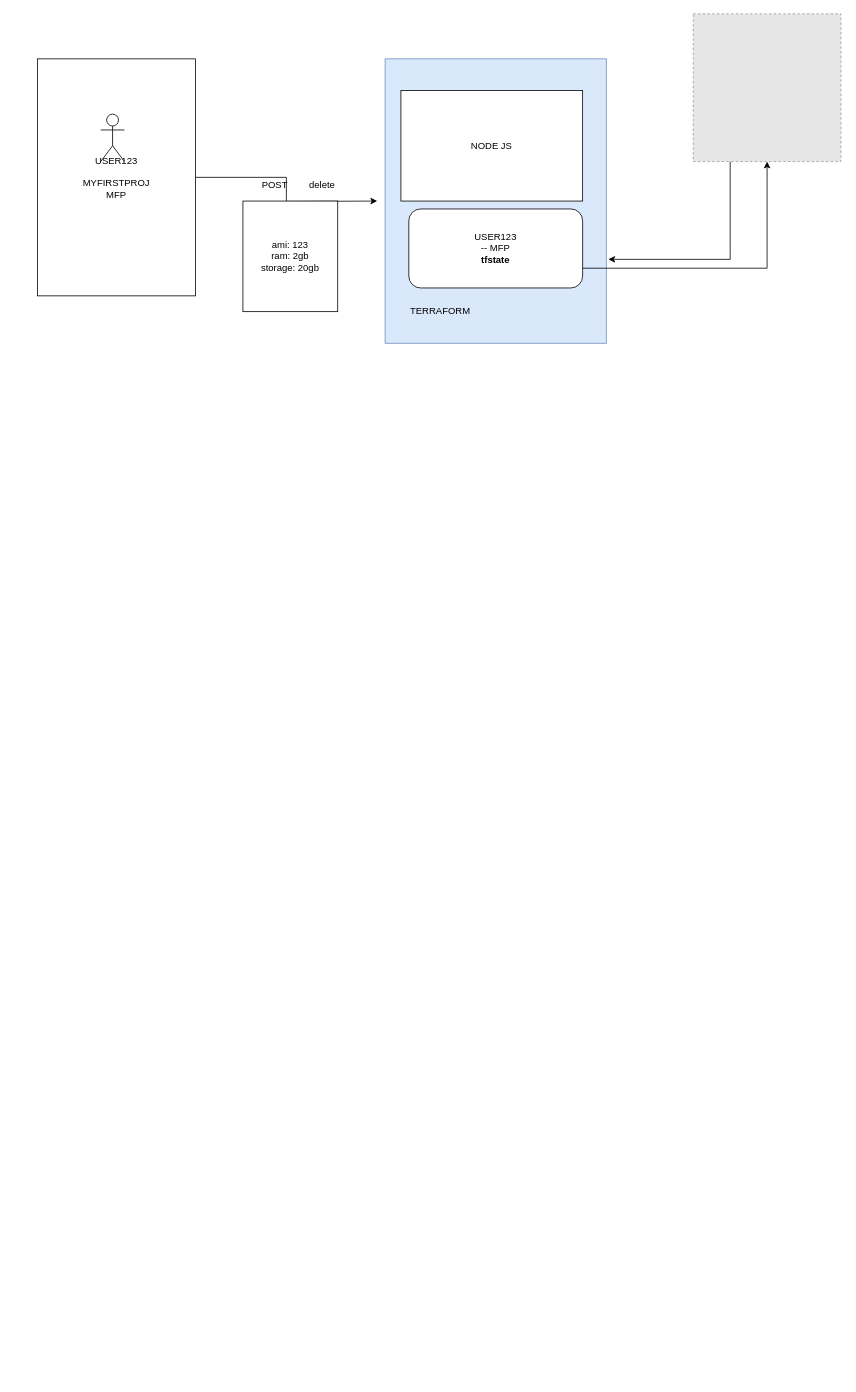
Above: img/karan-ashutosh.drawio in karankumarshreds/AWS-Cloudformation (draw.io), before the change. Source tidied: cells renumbered, new cells numbered last; positions are measured from the earlier drawing's top-left corner, leaving out a move shared by most shapes. Both pictures are drawn from the tidied source at 79%, with x=0, y=0 at pixel (37, 13). Pictures stored in the file or linked from it are replaced by grey dashed boxes.
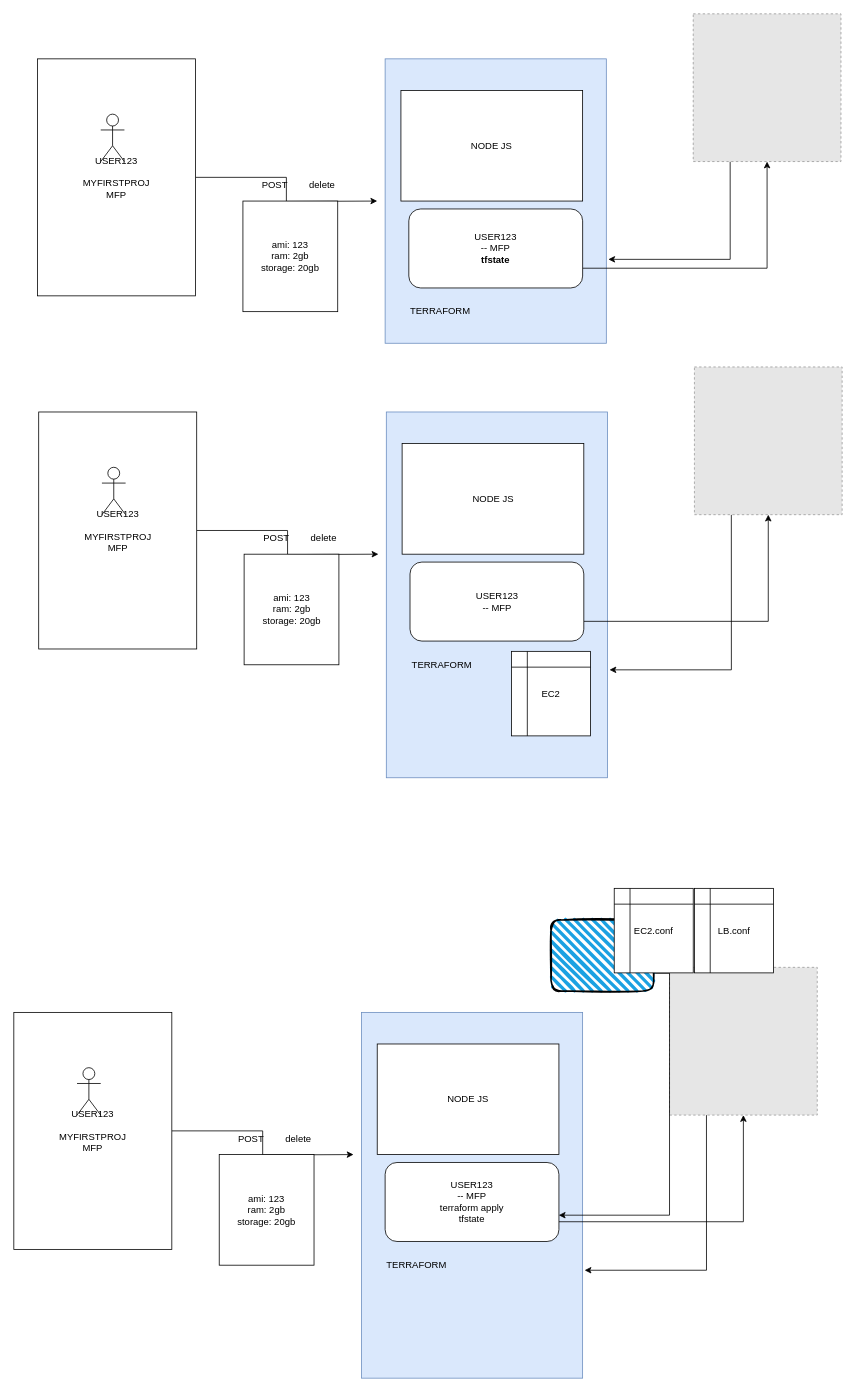
After the change.

The edit, as a diff of the source:
```diff
@@
+    <mxCell id="15" style="edgeStyle=orthogonalEdgeStyle;rounded=0;jettySize=auto;html=1;exitX=1;exitY=0.5;exitDx=0;exitDy=0;" parent="1" edge="1" source="16">
+      <mxGeometry relative="1" as="geometry">
+        <mxPoint x="431.5" y="684" as="targetPoint" />
+      </mxGeometry>
+    </mxCell>
+    <mxCell id="16" value="USER123&lt;br&gt;&lt;br&gt;MYFIRSTPROJ&lt;br&gt;MFP" style="rounded=0;whiteSpace=wrap;html=1;" parent="1" vertex="1">
+      <mxGeometry x="1.5" y="504" width="200" height="300" as="geometry" />
+    </mxCell>
+    <mxCell id="17" style="rounded=0;whiteSpace=wrap;html=1;fillColor=#dae8fc;strokeColor=#6c8ebf;" parent="1" vertex="1">
+      <mxGeometry x="441.5" y="504" width="280" height="463" as="geometry" />
+    </mxCell>
+    <mxCell id="18" value="ami: 123&lt;br&gt;ram: 2gb&lt;br&gt;storage: 20gb" style="rounded=0;whiteSpace=wrap;html=1;" parent="1" vertex="1">
+      <mxGeometry x="261.5" y="684" width="120" height="140" as="geometry" />
+    </mxCell>
+    <mxCell id="19" value="NODE JS" style="rounded=0;whiteSpace=wrap;html=1;" parent="1" vertex="1">
+      <mxGeometry x="461.5" y="544" width="230" height="140" as="geometry" />
+    </mxCell>
+    <mxCell id="20" value="POST" style="text;html=1;align=center;verticalAlign=middle;" parent="1" vertex="1">
+      <mxGeometry x="276.5" y="654" width="50" height="20" as="geometry" />
+    </mxCell>
+    <mxCell id="21" value="TERRAFORM" style="text;html=1;strokeColor=none;fillColor=none;align=center;verticalAlign=middle;whiteSpace=wrap;rounded=0;" parent="1" vertex="1">
+      <mxGeometry x="491.5" y="814" width="40" height="20" as="geometry" />
+    </mxCell>
+    <mxCell id="22" style="shape=umlActor;verticalLabelPosition=bottom;verticalAlign=top;html=1;" parent="1" vertex="1">
+      <mxGeometry x="81.5" y="574" width="30" height="60" as="geometry" />
+    </mxCell>
+    <mxCell id="23" style="edgeStyle=orthogonalEdgeStyle;rounded=0;jettySize=auto;html=1;exitX=1;exitY=0.75;exitDx=0;exitDy=0;" parent="1" edge="1" source="24" target="26">
+      <mxGeometry relative="1" as="geometry" />
+    </mxCell>
+    <mxCell id="24" value="USER123&lt;br&gt;-- MFP&lt;br&gt;" style="rounded=1;whiteSpace=wrap;html=1;" parent="1" vertex="1">
+      <mxGeometry x="471.5" y="694" width="220" height="100" as="geometry" />
+    </mxCell>
+    <mxCell id="25" style="edgeStyle=orthogonalEdgeStyle;rounded=0;jettySize=auto;html=1;exitX=0.25;exitY=1;exitDx=0;exitDy=0;entryX=1.009;entryY=0.705;entryDx=0;entryDy=0;entryPerimeter=0;" parent="1" edge="1" source="26" target="17">
+      <mxGeometry relative="1" as="geometry" />
+    </mxCell>
+    <mxCell id="26" style="fillColor=#E6E6E6;strokeColor=#999999;dashed=1;verticalLabelPosition=bottom;verticalAlign=top;" parent="1" vertex="1">
+      <mxGeometry x="831.5" y="447" width="187" height="187" as="geometry" />
+    </mxCell>
+    <mxCell id="27" value="delete" style="text;html=1;align=center;verticalAlign=middle;" parent="1" vertex="1">
+      <mxGeometry x="336.5" y="654" width="50" height="20" as="geometry" />
+    </mxCell>
+    <mxCell id="28" value="EC2" style="shape=internalStorage;whiteSpace=wrap;html=1;backgroundOutline=1;" parent="1" vertex="1">
+      <mxGeometry x="600" y="807" width="100" height="107" as="geometry" />
+    </mxCell>
+    <mxCell id="29" style="edgeStyle=orthogonalEdgeStyle;rounded=0;jettySize=auto;html=1;exitX=1;exitY=0.5;exitDx=0;exitDy=0;" parent="1" edge="1" source="30">
+      <mxGeometry relative="1" as="geometry">
+        <mxPoint x="400" y="1444" as="targetPoint" />
+      </mxGeometry>
+    </mxCell>
+    <mxCell id="30" value="USER123&lt;br&gt;&lt;br&gt;MYFIRSTPROJ&lt;br&gt;MFP" style="rounded=0;whiteSpace=wrap;html=1;" parent="1" vertex="1">
+      <mxGeometry x="-30" y="1264" width="200" height="300" as="geometry" />
+    </mxCell>
+    <mxCell id="31" style="rounded=0;whiteSpace=wrap;html=1;fillColor=#dae8fc;strokeColor=#6c8ebf;" parent="1" vertex="1">
+      <mxGeometry x="410" y="1264" width="280" height="463" as="geometry" />
+    </mxCell>
+    <mxCell id="32" value="ami: 123&lt;br&gt;ram: 2gb&lt;br&gt;storage: 20gb" style="rounded=0;whiteSpace=wrap;html=1;" parent="1" vertex="1">
+      <mxGeometry x="230" y="1444" width="120" height="140" as="geometry" />
+    </mxCell>
+    <mxCell id="33" value="NODE JS" style="rounded=0;whiteSpace=wrap;html=1;" parent="1" vertex="1">
+      <mxGeometry x="430" y="1304" width="230" height="140" as="geometry" />
+    </mxCell>
+    <mxCell id="34" value="POST" style="text;html=1;align=center;verticalAlign=middle;" parent="1" vertex="1">
+      <mxGeometry x="245" y="1414" width="50" height="20" as="geometry" />
+    </mxCell>
+    <mxCell id="35" value="TERRAFORM" style="text;html=1;strokeColor=none;fillColor=none;align=center;verticalAlign=middle;whiteSpace=wrap;rounded=0;" parent="1" vertex="1">
+      <mxGeometry x="460" y="1574" width="40" height="20" as="geometry" />
+    </mxCell>
+    <mxCell id="36" style="shape=umlActor;verticalLabelPosition=bottom;verticalAlign=top;html=1;" parent="1" vertex="1">
+      <mxGeometry x="50" y="1334" width="30" height="60" as="geometry" />
+    </mxCell>
+    <mxCell id="37" style="edgeStyle=orthogonalEdgeStyle;rounded=0;jettySize=auto;html=1;exitX=1;exitY=0.75;exitDx=0;exitDy=0;" parent="1" edge="1" source="38" target="40">
+      <mxGeometry relative="1" as="geometry" />
+    </mxCell>
+    <mxCell id="38" value="USER123&lt;br&gt;-- MFP&lt;br&gt;terraform apply&lt;br&gt;tfstate" style="rounded=1;whiteSpace=wrap;html=1;" parent="1" vertex="1">
+      <mxGeometry x="440" y="1454" width="220" height="100" as="geometry" />
+    </mxCell>
+    <mxCell id="39" style="edgeStyle=orthogonalEdgeStyle;rounded=0;jettySize=auto;html=1;exitX=0.25;exitY=1;exitDx=0;exitDy=0;entryX=1.009;entryY=0.705;entryDx=0;entryDy=0;entryPerimeter=0;" parent="1" edge="1" source="40" target="31">
+      <mxGeometry relative="1" as="geometry" />
+    </mxCell>
+    <mxCell id="40" style="fillColor=#E6E6E6;strokeColor=#999999;dashed=1;verticalLabelPosition=bottom;verticalAlign=top;" parent="1" vertex="1">
+      <mxGeometry x="800" y="1207" width="187" height="187" as="geometry" />
+    </mxCell>
+    <mxCell id="41" value="delete" style="text;html=1;align=center;verticalAlign=middle;" parent="1" vertex="1">
+      <mxGeometry x="305" y="1414" width="50" height="20" as="geometry" />
+    </mxCell>
+    <mxCell id="42" style="edgeStyle=orthogonalEdgeStyle;rounded=0;jettySize=auto;html=1;exitX=1;exitY=0.75;exitDx=0;exitDy=0;entryX=0.999;entryY=0.667;entryDx=0;entryDy=0;entryPerimeter=0;" parent="1" edge="1" source="43" target="38">
+      <mxGeometry relative="1" as="geometry" />
+    </mxCell>
+    <mxCell id="43" style="rounded=1;whiteSpace=wrap;html=1;strokeWidth=2;fillWeight=4;hachureGap=8;hachureAngle=45;fillColor=#1ba1e2;sketch=1;" parent="1" vertex="1">
+      <mxGeometry x="650" y="1147" width="130" height="90" as="geometry" />
+    </mxCell>
+    <mxCell id="44" value="EC2.conf" style="shape=internalStorage;whiteSpace=wrap;html=1;backgroundOutline=1;" parent="1" vertex="1">
+      <mxGeometry x="730" y="1107" width="100" height="107" as="geometry" />
+    </mxCell>
+    <mxCell id="45" value="LB.conf" style="shape=internalStorage;whiteSpace=wrap;html=1;backgroundOutline=1;" parent="1" vertex="1">
+      <mxGeometry x="831.5" y="1107" width="100" height="107" as="geometry" />
+    </mxCell>
```
